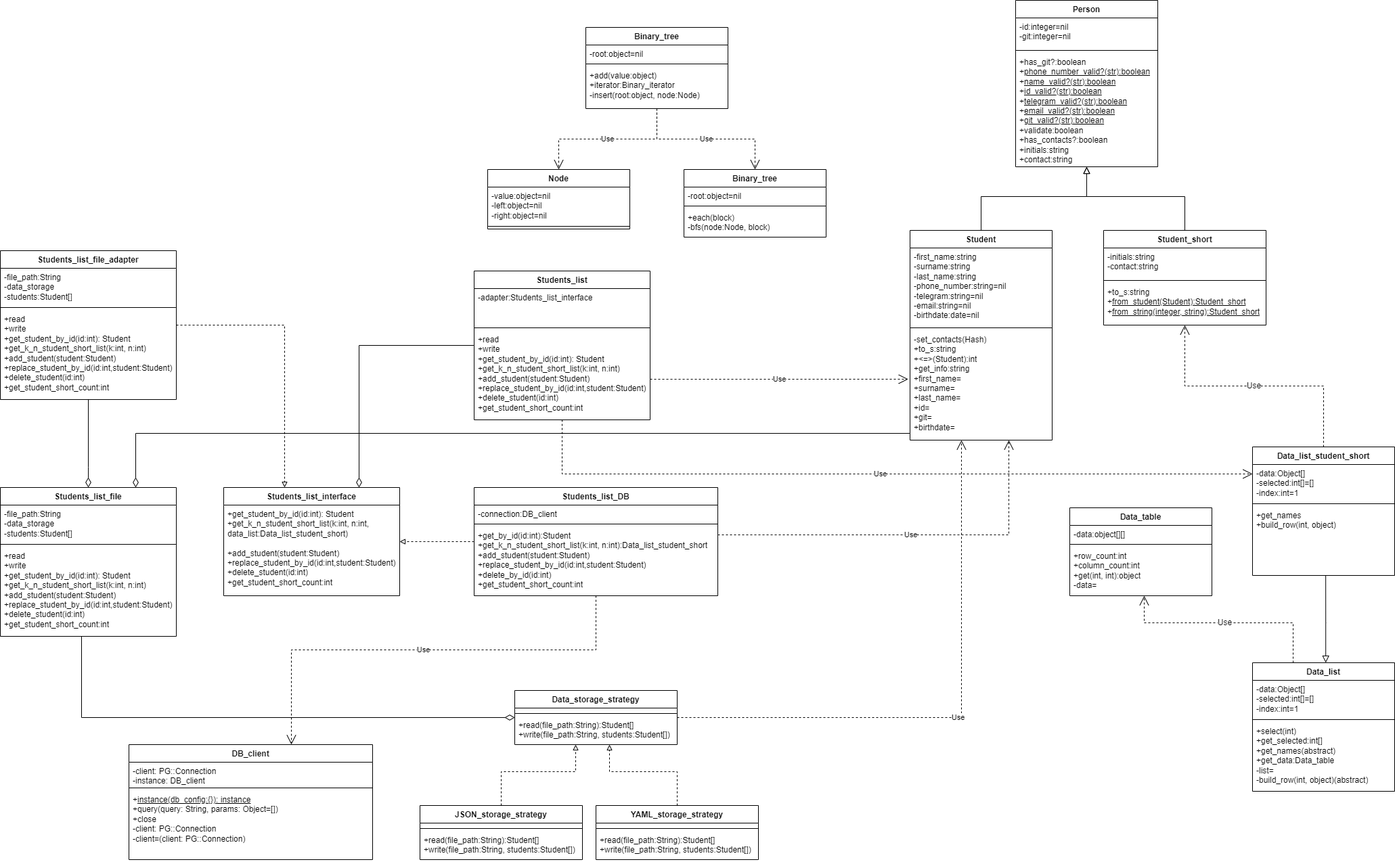
This is student/media/diagrams/class_diagram.png from creatior/Design-Patterns-labs, a draw.io export, as it was before one commit. Source tidied: cells renumbered, new cells last; positions are measured from the earlier drawing's top-left corner, leaving out a move shared by most shapes.
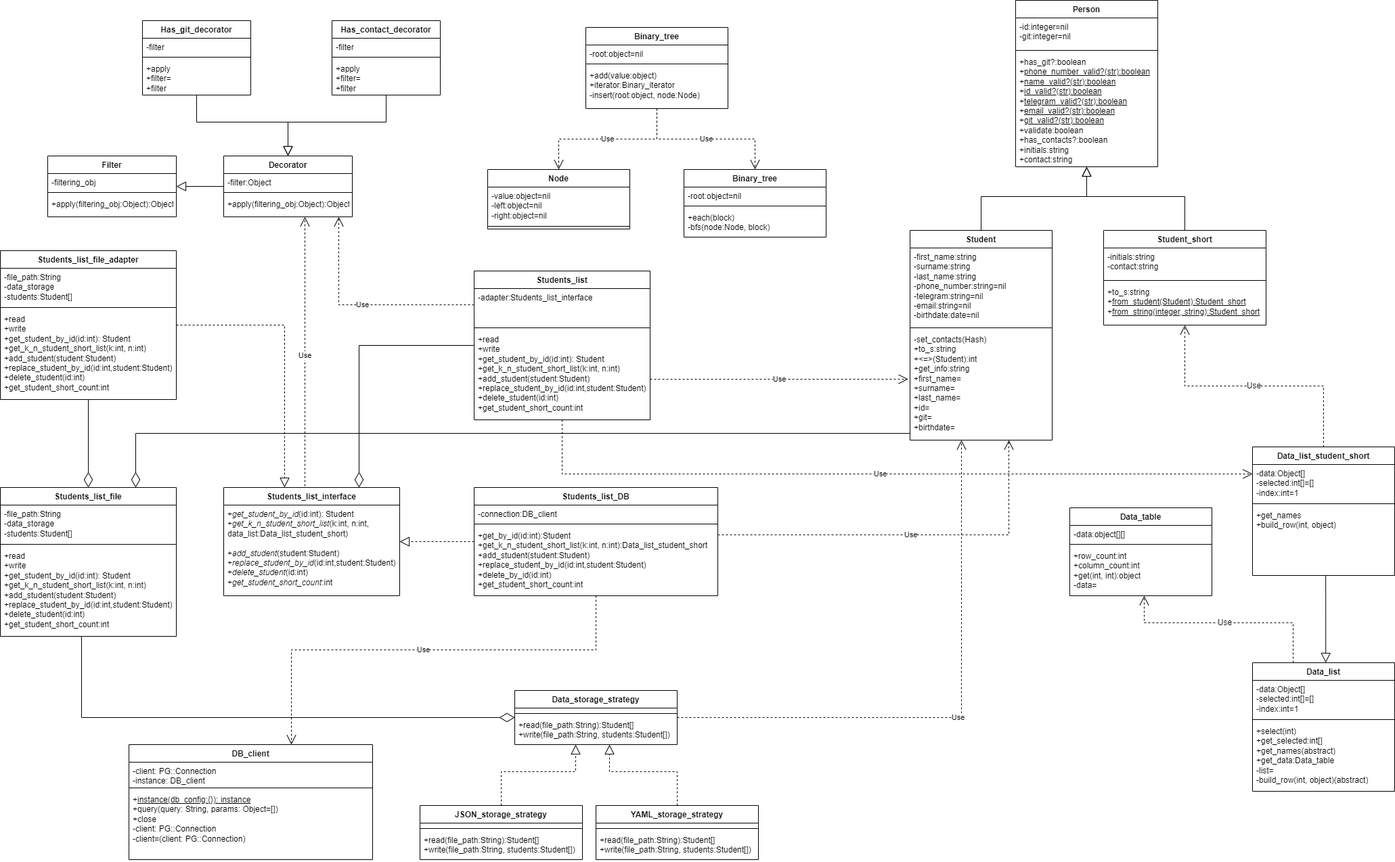
Later version of the same file.

Commit message:
LR4T5 Added decorators + updated class diagram

Diff of the diagram source:
```diff
@@ -14,7 +14,7 @@
     <mxCell id="5" value="+has_git?:boolean&lt;div&gt;+&lt;u&gt;phone_number_valid?(str)&lt;span style=&quot;background-color: initial;&quot;&gt;:boolean&lt;/span&gt;&lt;/u&gt;&lt;/div&gt;&lt;div&gt;&lt;span style=&quot;background-color: initial;&quot;&gt;+&lt;u&gt;name_valid?(str)&lt;/u&gt;&lt;/span&gt;&lt;span style=&quot;background-color: initial;&quot;&gt;&lt;u&gt;:boolean&lt;/u&gt;&lt;/span&gt;&lt;/div&gt;&lt;div&gt;&lt;span style=&quot;background-color: initial;&quot;&gt;+&lt;u&gt;id_valid?&lt;/u&gt;&lt;/span&gt;&lt;u&gt;&lt;span style=&quot;background-color: initial;&quot;&gt;(str)&lt;/span&gt;&lt;span style=&quot;background-color: initial;&quot;&gt;:boolean&lt;/span&gt;&lt;/u&gt;&lt;/div&gt;&lt;div&gt;&lt;span style=&quot;background-color: initial;&quot;&gt;+&lt;u&gt;telegram_valid?&lt;/u&gt;&lt;/span&gt;&lt;u&gt;&lt;span style=&quot;background-color: initial;&quot;&gt;(str)&lt;/span&gt;&lt;span style=&quot;background-color: initial;&quot;&gt;:boolean&lt;/span&gt;&lt;/u&gt;&lt;/div&gt;&lt;div&gt;&lt;span style=&quot;background-color: initial;&quot;&gt;+&lt;u&gt;email_valid?&lt;/u&gt;&lt;/span&gt;&lt;u&gt;&lt;span style=&quot;background-color: initial;&quot;&gt;(str)&lt;/span&gt;&lt;span style=&quot;background-color: initial;&quot;&gt;:boolean&lt;/span&gt;&lt;/u&gt;&lt;/div&gt;&lt;div&gt;&lt;span style=&quot;background-color: initial;&quot;&gt;+&lt;u&gt;git_valid?&lt;/u&gt;&lt;/span&gt;&lt;u&gt;&lt;span style=&quot;background-color: initial;&quot;&gt;(str)&lt;/span&gt;&lt;span style=&quot;background-color: initial;&quot;&gt;:boolean&lt;/span&gt;&lt;/u&gt;&lt;/div&gt;&lt;div&gt;&lt;span style=&quot;background-color: initial;&quot;&gt;+validate&lt;/span&gt;&lt;span style=&quot;background-color: initial;&quot;&gt;:boolean&lt;/span&gt;&lt;/div&gt;&lt;div&gt;&lt;span style=&quot;background-color: initial;&quot;&gt;+has_contacts?:&lt;/span&gt;&lt;span style=&quot;background-color: initial;&quot;&gt;boolean&lt;/span&gt;&lt;/div&gt;&lt;div&gt;&lt;span style=&quot;background-color: initial;&quot;&gt;+initials:string&lt;/span&gt;&lt;/div&gt;&lt;div&gt;&lt;span style=&quot;background-color: initial;&quot;&gt;+contact:string&lt;/span&gt;&lt;/div&gt;" style="text;strokeColor=none;fillColor=none;align=left;verticalAlign=top;spacingLeft=4;spacingRight=4;overflow=hidden;points=[[0,0.5],[1,0.5]];portConstraint=eastwest;whiteSpace=wrap;html=1;labelBackgroundColor=none;" parent="2" vertex="1">
       <mxGeometry y="78" width="210" height="168" as="geometry" />
     </mxCell>
-    <mxCell id="6" style="edgeStyle=orthogonalEdgeStyle;rounded=0;jettySize=auto;html=1;exitX=0.5;exitY=0;exitDx=0;exitDy=0;fontSize=12;startSize=8;endSize=8;endArrow=block;endFill=0;" parent="1" edge="1" source="7" target="5">
+    <mxCell id="6" style="edgeStyle=orthogonalEdgeStyle;rounded=0;jettySize=auto;html=1;exitX=0.5;exitY=0;exitDx=0;exitDy=0;fontSize=12;startSize=8;endSize=12;endArrow=block;endFill=0;" parent="1" edge="1" source="7" target="5">
       <mxGeometry relative="1" as="geometry">
         <Array as="points">
           <mxPoint x="1449" y="290" />
@@ -34,7 +34,7 @@
     <mxCell id="10" value="-set_contacts(Hash)&lt;div&gt;+to_s:string&lt;/div&gt;&lt;div&gt;+&amp;lt;=&amp;gt;(Student):int&lt;/div&gt;&lt;div&gt;+get_info:string&lt;/div&gt;&lt;div&gt;+first_name=&lt;/div&gt;&lt;div&gt;+surname=&lt;/div&gt;&lt;div&gt;+last_name=&lt;/div&gt;&lt;div&gt;+id=&lt;/div&gt;&lt;div&gt;+git=&lt;/div&gt;&lt;div&gt;+birthdate=&lt;/div&gt;" style="text;strokeColor=none;fillColor=none;align=left;verticalAlign=top;spacingLeft=4;spacingRight=4;overflow=hidden;points=[[0,0.5],[1,0.5]];portConstraint=eastwest;whiteSpace=wrap;html=1;labelBackgroundColor=none;" parent="7" vertex="1">
       <mxGeometry y="148" width="210" height="162" as="geometry" />
     </mxCell>
-    <mxCell id="11" style="edgeStyle=orthogonalEdgeStyle;rounded=0;jettySize=auto;html=1;fontSize=12;startSize=8;endSize=8;exitX=0.5;exitY=0;exitDx=0;exitDy=0;endArrow=block;endFill=0;" parent="1" edge="1" source="12" target="5">
+    <mxCell id="11" style="edgeStyle=orthogonalEdgeStyle;rounded=0;jettySize=auto;html=1;fontSize=12;startSize=8;endSize=12;exitX=0.5;exitY=0;exitDx=0;exitDy=0;endArrow=block;endFill=0;" parent="1" edge="1" source="12" target="5">
       <mxGeometry relative="1" as="geometry">
         <Array as="points">
           <mxPoint x="1750" y="290" />
@@ -98,7 +98,7 @@
         </Array>
       </mxGeometry>
     </mxCell>
-    <mxCell id="29" style="edgeStyle=orthogonalEdgeStyle;rounded=0;jettySize=auto;html=1;fontSize=12;startSize=8;endSize=8;endArrow=block;endFill=0;exitX=0.515;exitY=1.002;exitDx=0;exitDy=0;exitPerimeter=0;" parent="1" edge="1" source="27" target="20">
+    <mxCell id="29" style="edgeStyle=orthogonalEdgeStyle;rounded=0;jettySize=auto;html=1;fontSize=12;startSize=8;endSize=12;endArrow=block;endFill=0;exitX=0.515;exitY=1.002;exitDx=0;exitDy=0;exitPerimeter=0;" parent="1" edge="1" source="27" target="20">
       <mxGeometry relative="1" as="geometry">
         <Array as="points">
           <mxPoint x="1958" y="920" />
@@ -109,7 +109,7 @@
     <mxCell id="30" value="Use" style="endArrow=open;endSize=12;dashed=1;html=1;rounded=0;fontSize=12;edgeStyle=orthogonalEdgeStyle;" parent="1" edge="1" source="24" target="12">
       <mxGeometry relative="1" as="geometry" />
     </mxCell>
-    <mxCell id="31" style="edgeStyle=orthogonalEdgeStyle;rounded=0;jettySize=auto;html=1;exitX=0.5;exitY=0;exitDx=0;exitDy=0;endArrow=block;endFill=0;dashed=1;" parent="1" edge="1" source="32" target="41">
+    <mxCell id="31" style="edgeStyle=orthogonalEdgeStyle;rounded=0;jettySize=auto;html=1;exitX=0.5;exitY=0;exitDx=0;exitDy=0;endArrow=block;endFill=0;dashed=1;endSize=12;" parent="1" edge="1" source="32" target="41">
       <mxGeometry relative="1" as="geometry">
         <Array as="points">
           <mxPoint x="740" y="1140" />
@@ -129,7 +129,7 @@
     <mxCell id="35" value="+read(file_path:String):Student[]&lt;div&gt;+write(file_path:String, students:Student[])&lt;/div&gt;" style="text;strokeColor=none;fillColor=none;align=left;verticalAlign=top;spacingLeft=4;spacingRight=4;overflow=hidden;whiteSpace=wrap;html=1;" parent="32" vertex="1">
       <mxGeometry y="38" width="240" height="42" as="geometry" />
     </mxCell>
-    <mxCell id="36" style="edgeStyle=orthogonalEdgeStyle;rounded=0;jettySize=auto;html=1;exitX=0.5;exitY=0;exitDx=0;exitDy=0;endArrow=block;endFill=0;dashed=1;" parent="1" edge="1" source="37" target="41">
+    <mxCell id="36" style="edgeStyle=orthogonalEdgeStyle;rounded=0;jettySize=auto;html=1;exitX=0.5;exitY=0;exitDx=0;exitDy=0;endArrow=block;endFill=0;dashed=1;endSize=12;" parent="1" edge="1" source="37" target="41">
       <mxGeometry relative="1" as="geometry">
         <Array as="points">
           <mxPoint x="1000" y="1140" />
@@ -265,7 +265,7 @@
     <mxCell id="73" value="+read&lt;div&gt;+write&lt;/div&gt;&lt;div&gt;+get_student_by_id(id:int): Student&lt;/div&gt;&lt;div&gt;+get_k_n_student_short_list(k:int, n:int)&lt;/div&gt;&lt;div&gt;+add_student(student:Student)&lt;/div&gt;&lt;div&gt;+replace_student_by_id(id:int,student:Student)&lt;/div&gt;&lt;div&gt;+delete_student(id:int)&lt;/div&gt;&lt;div&gt;+get_student_short_count:int&lt;/div&gt;" style="text;strokeColor=none;fillColor=none;align=left;verticalAlign=top;spacingLeft=4;spacingRight=4;overflow=hidden;points=[[0,0.5],[1,0.5]];portConstraint=eastwest;whiteSpace=wrap;html=1;labelBackgroundColor=none;" parent="70" vertex="1">
       <mxGeometry y="88" width="260" height="132" as="geometry" />
     </mxCell>
-    <mxCell id="74" style="endArrow=diamondThin;endSize=12;html=1;rounded=0;edgeStyle=orthogonalEdgeStyle;endFill=0;" parent="1" edge="1" source="78" target="41">
+    <mxCell id="74" style="endArrow=diamondThin;endSize=20;html=1;rounded=0;edgeStyle=orthogonalEdgeStyle;endFill=0;" parent="1" edge="1" source="78" target="41">
       <mxGeometry relative="1" as="geometry">
         <Array as="points">
           <mxPoint x="120" y="1060" />
@@ -283,7 +283,7 @@
     <mxCell id="76" value="Students_list_interface" style="swimlane;fontStyle=1;align=center;verticalAlign=top;horizontal=1;startSize=26;whiteSpace=wrap;html=1;labelBackgroundColor=none;" parent="1" vertex="1">
       <mxGeometry x="330" y="720" width="260" height="160" as="geometry" />
     </mxCell>
-    <mxCell id="77" value="&lt;div&gt;+get_student_by_id(id:int): Student&lt;/div&gt;&lt;div&gt;+get_k_n_student_short_list(k:int, n:int, data_list:Data_list_student_short)&lt;/div&gt;&lt;div&gt;&lt;span style=&quot;background-color: initial;&quot;&gt;&lt;br&gt;&lt;/span&gt;&lt;/div&gt;&lt;div&gt;&lt;span style=&quot;background-color: initial;&quot;&gt;+add_student(student:Student)&lt;/span&gt;&lt;br&gt;&lt;/div&gt;&lt;div&gt;+replace_student_by_id(id:int,student:Student)&lt;/div&gt;&lt;div&gt;+delete_student(id:int)&lt;/div&gt;&lt;div&gt;+get_student_short_count:int&lt;/div&gt;" style="text;strokeColor=none;fillColor=none;align=left;verticalAlign=top;spacingLeft=4;spacingRight=4;overflow=hidden;whiteSpace=wrap;html=1;labelBackgroundColor=none;" parent="76" vertex="1">
+    <mxCell id="77" value="&lt;div&gt;+&lt;i&gt;get_student_by_id&lt;/i&gt;(id:int): Student&lt;/div&gt;&lt;div&gt;+&lt;i&gt;get_k_n_student_short_list&lt;/i&gt;(k:int, n:int, data_list:Data_list_student_short)&lt;/div&gt;&lt;div&gt;&lt;span style=&quot;background-color: initial;&quot;&gt;&lt;br&gt;&lt;/span&gt;&lt;/div&gt;&lt;div&gt;&lt;span style=&quot;background-color: initial;&quot;&gt;+&lt;i&gt;add_student&lt;/i&gt;(student:Student)&lt;/span&gt;&lt;br&gt;&lt;/div&gt;&lt;div&gt;+&lt;i&gt;replace_student_by_id&lt;/i&gt;(id:int,student:Student)&lt;/div&gt;&lt;div&gt;+&lt;i&gt;delete_student&lt;/i&gt;(id:int)&lt;/div&gt;&lt;div&gt;+&lt;i&gt;get_student_short_count&lt;/i&gt;:int&lt;/div&gt;" style="text;strokeColor=none;fillColor=none;align=left;verticalAlign=top;spacingLeft=4;spacingRight=4;overflow=hidden;whiteSpace=wrap;html=1;labelBackgroundColor=none;" parent="76" vertex="1">
       <mxGeometry y="26" width="260" height="134" as="geometry" />
     </mxCell>
     <mxCell id="78" value="Students_list_file" style="swimlane;fontStyle=1;align=center;verticalAlign=top;horizontal=1;startSize=26;whiteSpace=wrap;html=1;labelBackgroundColor=none;" parent="1" vertex="1">
@@ -310,14 +310,14 @@
     <mxCell id="85" value="+read&lt;div&gt;+write&lt;/div&gt;&lt;div&gt;+get_student_by_id(id:int): Student&lt;/div&gt;&lt;div&gt;+get_k_n_student_short_list(k:int, n:int)&lt;/div&gt;&lt;div&gt;+add_student(student:Student)&lt;/div&gt;&lt;div&gt;+replace_student_by_id(id:int,student:Student)&lt;/div&gt;&lt;div&gt;+delete_student(id:int)&lt;/div&gt;&lt;div&gt;+get_student_short_count:int&lt;/div&gt;" style="text;strokeColor=none;fillColor=none;align=left;verticalAlign=top;spacingLeft=4;spacingRight=4;overflow=hidden;whiteSpace=wrap;html=1;labelBackgroundColor=none;" parent="82" vertex="1">
       <mxGeometry y="88" width="260" height="132" as="geometry" />
     </mxCell>
-    <mxCell id="86" style="edgeStyle=orthogonalEdgeStyle;rounded=0;jettySize=auto;html=1;dashed=1;endArrow=block;endFill=0;" parent="1" edge="1" source="82" target="76">
+    <mxCell id="86" style="edgeStyle=orthogonalEdgeStyle;rounded=0;jettySize=auto;html=1;dashed=1;endArrow=block;endFill=0;endSize=12;" parent="1" edge="1" source="82" target="76">
       <mxGeometry relative="1" as="geometry">
         <Array as="points">
           <mxPoint x="420" y="480" />
         </Array>
       </mxGeometry>
     </mxCell>
-    <mxCell id="87" style="edgeStyle=orthogonalEdgeStyle;rounded=0;jettySize=auto;html=1;dashed=1;endArrow=block;endFill=0;" parent="1" edge="1" source="62" target="76">
+    <mxCell id="87" style="edgeStyle=orthogonalEdgeStyle;rounded=0;jettySize=auto;html=1;dashed=1;endArrow=block;endFill=0;endSize=12;" parent="1" edge="1" source="62" target="76">
       <mxGeometry relative="1" as="geometry">
         <Array as="points">
           <mxPoint x="670" y="800" />
@@ -325,14 +325,14 @@
         </Array>
       </mxGeometry>
     </mxCell>
-    <mxCell id="88" style="endArrow=diamondThin;endSize=12;html=1;rounded=0;edgeStyle=orthogonalEdgeStyle;endFill=0;" parent="1" edge="1" source="70" target="76">
+    <mxCell id="88" style="endArrow=diamondThin;endSize=20;html=1;rounded=0;edgeStyle=orthogonalEdgeStyle;endFill=0;" parent="1" edge="1" source="70" target="76">
       <mxGeometry relative="1" as="geometry">
         <Array as="points">
           <mxPoint x="530" y="510" />
         </Array>
       </mxGeometry>
     </mxCell>
-    <mxCell id="89" style="endArrow=diamondThin;endSize=12;html=1;rounded=0;edgeStyle=orthogonalEdgeStyle;endFill=0;" parent="1" edge="1" source="82" target="78">
+    <mxCell id="89" style="endArrow=diamondThin;endSize=20;html=1;rounded=0;edgeStyle=orthogonalEdgeStyle;endFill=0;" parent="1" edge="1" source="82" target="78">
       <mxGeometry relative="1" as="geometry">
         <Array as="points">
           <mxPoint x="130" y="690" />
@@ -340,12 +340,83 @@
         </Array>
       </mxGeometry>
     </mxCell>
-    <mxCell id="90" style="endArrow=diamondThin;endSize=12;html=1;rounded=0;edgeStyle=orthogonalEdgeStyle;endFill=0;" parent="1" edge="1" source="10" target="78">
+    <mxCell id="90" style="endArrow=diamondThin;endSize=20;html=1;rounded=0;edgeStyle=orthogonalEdgeStyle;endFill=0;" parent="1" edge="1" source="10" target="78">
       <mxGeometry relative="1" as="geometry">
         <Array as="points">
           <mxPoint x="200" y="640" />
         </Array>
       </mxGeometry>
     </mxCell>
+    <mxCell id="91" value="Filter" style="swimlane;fontStyle=1;align=center;verticalAlign=top;horizontal=1;startSize=26;whiteSpace=wrap;html=1;" parent="1" vertex="1">
+      <mxGeometry x="70" y="230" width="190" height="90" as="geometry" />
+    </mxCell>
+    <mxCell id="92" value="-filtering_obj" style="text;strokeColor=none;fillColor=none;align=left;verticalAlign=top;spacingLeft=4;spacingRight=4;overflow=hidden;whiteSpace=wrap;html=1;" parent="91" vertex="1">
+      <mxGeometry y="26" width="190" height="24" as="geometry" />
+    </mxCell>
+    <mxCell id="93" style="line;strokeWidth=1;fillColor=none;align=left;verticalAlign=middle;spacingTop=-1;spacingLeft=3;spacingRight=3;labelPosition=right;strokeColor=inherit;" parent="91" vertex="1">
+      <mxGeometry y="50" width="190" height="8" as="geometry" />
+    </mxCell>
+    <mxCell id="94" value="+apply(filtering_obj:Object):Object" style="text;strokeColor=none;fillColor=none;align=left;verticalAlign=top;spacingLeft=4;spacingRight=4;overflow=hidden;whiteSpace=wrap;html=1;" parent="91" vertex="1">
+      <mxGeometry y="58" width="190" height="32" as="geometry" />
+    </mxCell>
+    <mxCell id="95" value="Decorator" style="swimlane;fontStyle=1;align=center;verticalAlign=top;horizontal=1;startSize=26;whiteSpace=wrap;html=1;" parent="1" vertex="1">
+      <mxGeometry x="330" y="230" width="190" height="90" as="geometry" />
+    </mxCell>
+    <mxCell id="96" value="-filter:Object" style="text;strokeColor=none;fillColor=none;align=left;verticalAlign=top;spacingLeft=4;spacingRight=4;overflow=hidden;whiteSpace=wrap;html=1;" parent="95" vertex="1">
+      <mxGeometry y="26" width="190" height="24" as="geometry" />
+    </mxCell>
+    <mxCell id="97" style="line;strokeWidth=1;fillColor=none;align=left;verticalAlign=middle;spacingTop=-1;spacingLeft=3;spacingRight=3;labelPosition=right;strokeColor=inherit;" parent="95" vertex="1">
+      <mxGeometry y="50" width="190" height="8" as="geometry" />
+    </mxCell>
+    <mxCell id="98" value="+apply(filtering_obj:Object):Object" style="text;strokeColor=none;fillColor=none;align=left;verticalAlign=top;spacingLeft=4;spacingRight=4;overflow=hidden;points=[[0,0.5],[1,0.5]];portConstraint=eastwest;whiteSpace=wrap;html=1;" parent="95" vertex="1">
+      <mxGeometry y="58" width="190" height="32" as="geometry" />
+    </mxCell>
+    <mxCell id="99" value="Has_contact_decorator" style="swimlane;fontStyle=1;align=center;verticalAlign=top;horizontal=1;startSize=26;whiteSpace=wrap;html=1;" parent="1" vertex="1">
+      <mxGeometry x="490" y="30" width="160" height="110" as="geometry" />
+    </mxCell>
+    <mxCell id="100" value="&lt;div&gt;-filter&lt;/div&gt;&lt;div&gt;&lt;br&gt;&lt;/div&gt;" style="text;strokeColor=none;fillColor=none;align=left;verticalAlign=top;spacingLeft=4;spacingRight=4;overflow=hidden;whiteSpace=wrap;html=1;" parent="99" vertex="1">
+      <mxGeometry y="26" width="160" height="24" as="geometry" />
+    </mxCell>
+    <mxCell id="101" style="line;strokeWidth=1;fillColor=none;align=left;verticalAlign=middle;spacingTop=-1;spacingLeft=3;spacingRight=3;labelPosition=right;strokeColor=inherit;" parent="99" vertex="1">
+      <mxGeometry y="50" width="160" height="8" as="geometry" />
+    </mxCell>
+    <mxCell id="102" value="&lt;div&gt;&lt;span style=&quot;background-color: initial;&quot;&gt;+apply&lt;/span&gt;&lt;br&gt;&lt;/div&gt;&lt;div&gt;+filter=&lt;/div&gt;&lt;div&gt;+filter&lt;br&gt;&lt;/div&gt;" style="text;strokeColor=none;fillColor=none;align=left;verticalAlign=top;spacingLeft=4;spacingRight=4;overflow=hidden;whiteSpace=wrap;html=1;" parent="99" vertex="1">
+      <mxGeometry y="58" width="160" height="52" as="geometry" />
+    </mxCell>
+    <mxCell id="103" value="Has_git_decorator" style="swimlane;fontStyle=1;align=center;verticalAlign=top;horizontal=1;startSize=26;whiteSpace=wrap;html=1;" parent="1" vertex="1">
+      <mxGeometry x="210" y="30" width="160" height="110" as="geometry" />
+    </mxCell>
+    <mxCell id="104" value="&lt;div&gt;-filter&lt;/div&gt;&lt;div&gt;&lt;br&gt;&lt;/div&gt;" style="text;strokeColor=none;fillColor=none;align=left;verticalAlign=top;spacingLeft=4;spacingRight=4;overflow=hidden;whiteSpace=wrap;html=1;" parent="103" vertex="1">
+      <mxGeometry y="26" width="160" height="24" as="geometry" />
+    </mxCell>
+    <mxCell id="105" style="line;strokeWidth=1;fillColor=none;align=left;verticalAlign=middle;spacingTop=-1;spacingLeft=3;spacingRight=3;labelPosition=right;strokeColor=inherit;" parent="103" vertex="1">
+      <mxGeometry y="50" width="160" height="8" as="geometry" />
+    </mxCell>
+    <mxCell id="106" value="&lt;div&gt;&lt;span style=&quot;background-color: initial;&quot;&gt;+apply&lt;/span&gt;&lt;br&gt;&lt;/div&gt;&lt;div&gt;+filter=&lt;/div&gt;&lt;div&gt;+filter&lt;br&gt;&lt;/div&gt;" style="text;strokeColor=none;fillColor=none;align=left;verticalAlign=top;spacingLeft=4;spacingRight=4;overflow=hidden;whiteSpace=wrap;html=1;" parent="103" vertex="1">
+      <mxGeometry y="58" width="160" height="52" as="geometry" />
+    </mxCell>
+    <mxCell id="107" style="edgeStyle=orthogonalEdgeStyle;rounded=0;jettySize=auto;html=1;endArrow=block;endFill=0;endSize=12;" parent="1" edge="1" source="103" target="95">
+      <mxGeometry relative="1" as="geometry" />
+    </mxCell>
+    <mxCell id="108" style="edgeStyle=orthogonalEdgeStyle;rounded=0;jettySize=auto;html=1;endArrow=block;endFill=0;endSize=12;" parent="1" edge="1" source="99" target="95">
+      <mxGeometry relative="1" as="geometry" />
+    </mxCell>
+    <mxCell id="109" style="edgeStyle=orthogonalEdgeStyle;rounded=0;jettySize=auto;html=1;endArrow=none;endFill=0;endSize=12;startArrow=block;startFill=0;startSize=12;" parent="1" edge="1" source="91" target="95">
+      <mxGeometry relative="1" as="geometry" />
+    </mxCell>
+    <mxCell id="110" value="Use" style="endArrow=open;endSize=12;dashed=1;html=1;rounded=0;edgeStyle=orthogonalEdgeStyle;" parent="1" edge="1" source="70" target="95">
+      <mxGeometry relative="1" as="geometry">
+        <Array as="points">
+          <mxPoint x="500" y="450" />
+        </Array>
+      </mxGeometry>
+    </mxCell>
+    <mxCell id="111" value="Use" style="endArrow=open;endSize=12;dashed=1;html=1;rounded=0;edgeStyle=orthogonalEdgeStyle;exitX=0.5;exitY=0;exitDx=0;exitDy=0;" parent="1" edge="1" source="76" target="98">
+      <mxGeometry relative="1" as="geometry">
+        <Array as="points">
+          <mxPoint x="450" y="720" />
+        </Array>
+      </mxGeometry>
+    </mxCell>
   </root>
 </mxGraphModel>
```
